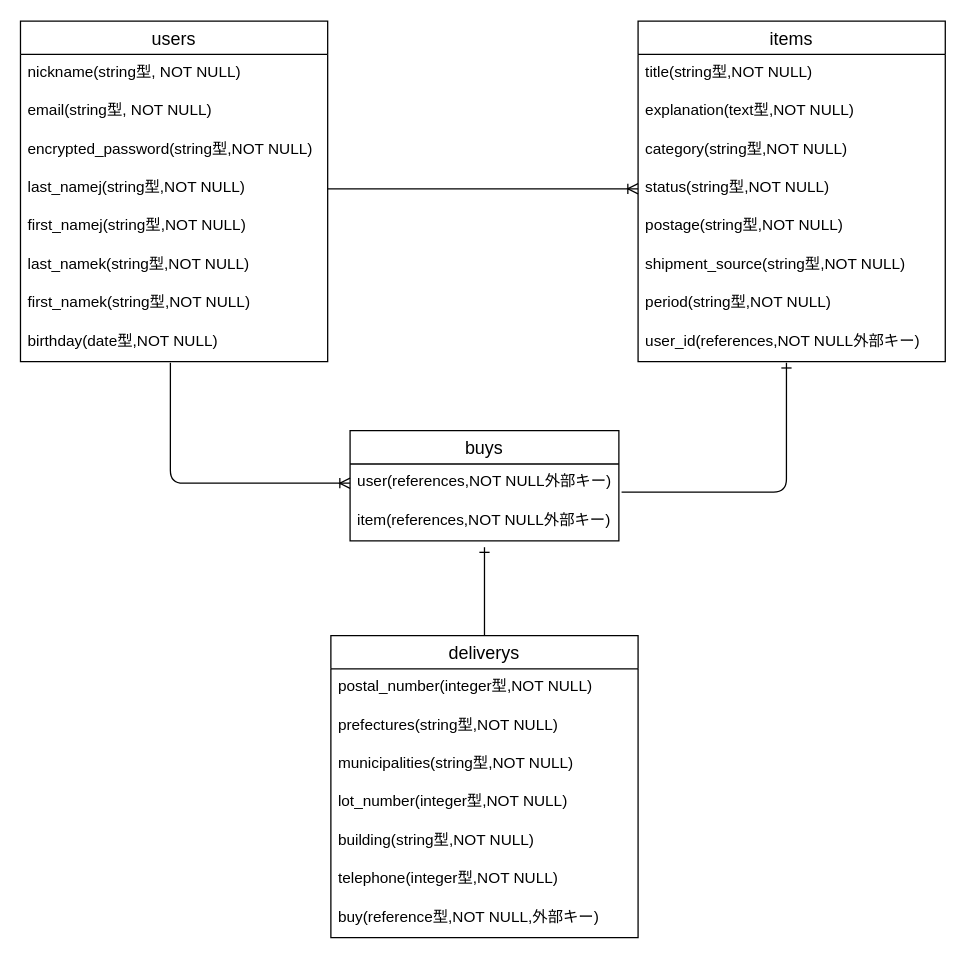
The draw.io diagram er.dio in okazuo/furima-36906, before the edit. Source tidied: cells renumbered, new cells numbered last; positions are measured from the earlier drawing's top-left corner, leaving out a move shared by most shapes. Both pictures are drawn from the tidied source at 128%, with x=0, y=0 at pixel (20, 20).
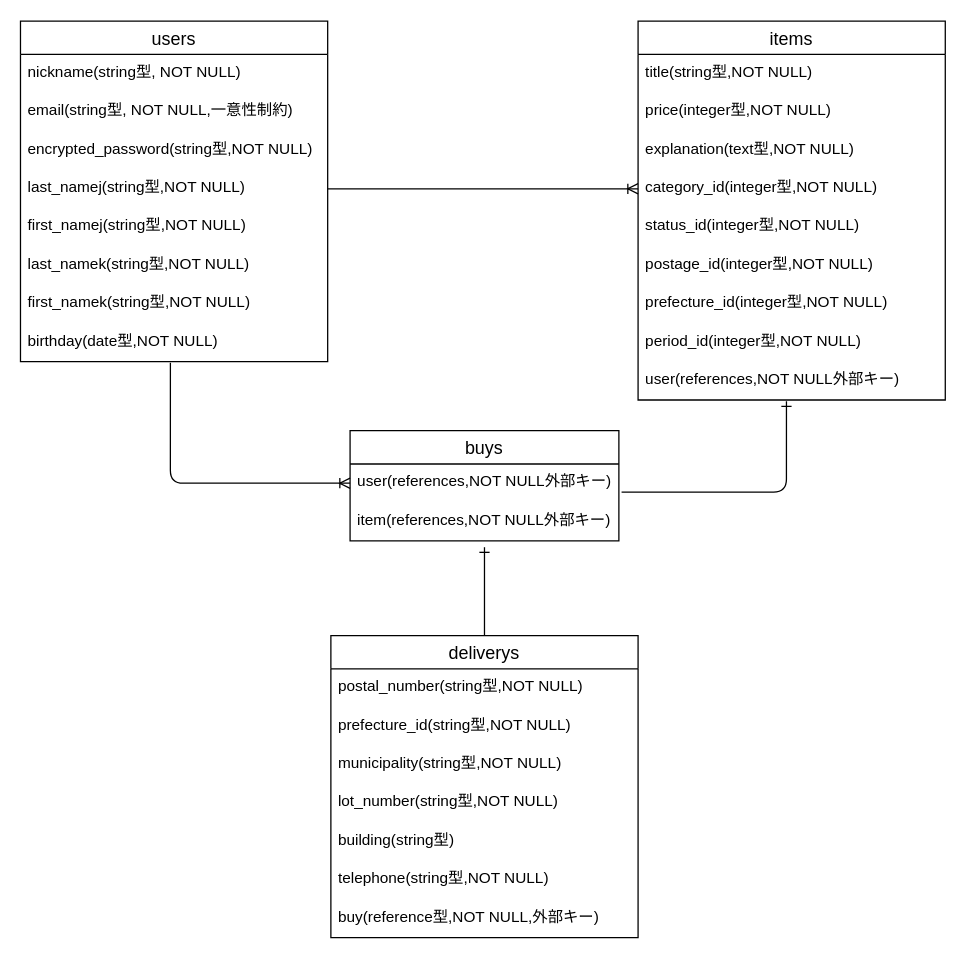
The same page after the edit.

Commit message (it also covers changes not shown here):
データベースの修正

Unchanged cells that the change refers to:
```xml
<mxCell id="2" value="users" style="swimlane;fontStyle=0;horizontal=1;startSize=26;align=center;fontSize=14;" parent="1" vertex="1">
  <mxGeometry x="-0.5" width="240" height="266" as="geometry" />
</mxCell>
<mxCell id="6" value="last_namej(string型,NOT NULL)" style="text;strokeColor=none;fillColor=none;spacingLeft=4;spacingRight=4;overflow=hidden;points=[[0,0.5],[1,0.5]];portConstraint=eastwest;fontSize=12;" parent="2" vertex="1">
  <mxGeometry y="116" width="240" height="30" as="geometry" />
</mxCell>
<mxCell id="23" value="deliverys" style="swimlane;fontStyle=0;horizontal=1;startSize=26;align=center;fontSize=14;" parent="1" vertex="1">
  <mxGeometry x="242" y="480" width="240" height="236" as="geometry" />
</mxCell>
```

Change to the diagram source:
```diff
@@
-    <mxCell id="4" value="email(string型, NOT NULL)" style="text;strokeColor=none;fillColor=none;spacingLeft=4;spacingRight=4;overflow=hidden;fontSize=12;" parent="2" vertex="1">
+    <mxCell id="4" value="email(string型, NOT NULL,一意性制約)" style="text;strokeColor=none;fillColor=none;spacingLeft=4;spacingRight=4;overflow=hidden;fontSize=12;" parent="2" vertex="1">
       <mxGeometry y="56" width="240" height="30" as="geometry" />
     </mxCell>
@@
     <mxCell id="11" value="items" style="swimlane;fontStyle=0;horizontal=1;startSize=26;align=center;fontSize=14;" parent="1" vertex="1">
-      <mxGeometry x="482" width="240" height="266" as="geometry" />
+      <mxGeometry x="482" width="240" height="296" as="geometry" />
     </mxCell>
@@
+    <mxCell id="35" value="price(integer型,NOT NULL)" style="text;strokeColor=none;fillColor=none;spacingLeft=4;spacingRight=4;overflow=hidden;fontSize=12;" parent="11" vertex="1">
+      <mxGeometry y="56" width="240" height="30" as="geometry" />
+    </mxCell>
     <mxCell id="13" value="explanation(text型,NOT NULL)" style="text;strokeColor=none;fillColor=none;spacingLeft=4;spacingRight=4;overflow=hidden;fontSize=12;" parent="11" vertex="1">
-      <mxGeometry y="56" width="240" height="30" as="geometry" />
+      <mxGeometry y="86" width="240" height="30" as="geometry" />
     </mxCell>
-    <mxCell id="14" value="category(string型,NOT NULL)" style="text;strokeColor=none;fillColor=none;spacingLeft=4;spacingRight=4;overflow=hidden;points=[[0,0.5],[1,0.5]];portConstraint=eastwest;fontSize=12;" parent="11" vertex="1">
-      <mxGeometry y="86" width="240" height="30" as="geometry" />
+    <mxCell id="14" value="category_id(integer型,NOT NULL)" style="text;strokeColor=none;fillColor=none;spacingLeft=4;spacingRight=4;overflow=hidden;points=[[0,0.5],[1,0.5]];portConstraint=eastwest;fontSize=12;" parent="11" vertex="1">
+      <mxGeometry y="116" width="240" height="30" as="geometry" />
     </mxCell>
-    <mxCell id="15" value="status(string型,NOT NULL)" style="text;strokeColor=none;fillColor=none;spacingLeft=4;spacingRight=4;overflow=hidden;points=[[0,0.5],[1,0.5]];portConstraint=eastwest;fontSize=12;" parent="11" vertex="1">
-      <mxGeometry y="116" width="240" height="30" as="geometry" />
+    <mxCell id="15" value="status_id(integer型,NOT NULL)" style="text;strokeColor=none;fillColor=none;spacingLeft=4;spacingRight=4;overflow=hidden;points=[[0,0.5],[1,0.5]];portConstraint=eastwest;fontSize=12;" parent="11" vertex="1">
+      <mxGeometry y="146" width="240" height="30" as="geometry" />
     </mxCell>
-    <mxCell id="16" value="postage(string型,NOT NULL)" style="text;strokeColor=none;fillColor=none;spacingLeft=4;spacingRight=4;overflow=hidden;fontSize=12;" parent="11" vertex="1">
-      <mxGeometry y="146" width="240" height="30" as="geometry" />
+    <mxCell id="16" value="postage_id(integer型,NOT NULL)" style="text;strokeColor=none;fillColor=none;spacingLeft=4;spacingRight=4;overflow=hidden;fontSize=12;" parent="11" vertex="1">
+      <mxGeometry y="176" width="240" height="30" as="geometry" />
     </mxCell>
-    <mxCell id="17" value="shipment_source(string型,NOT NULL)" style="text;strokeColor=none;fillColor=none;spacingLeft=4;spacingRight=4;overflow=hidden;fontSize=12;" parent="11" vertex="1">
-      <mxGeometry y="176" width="240" height="30" as="geometry" />
+    <mxCell id="17" value="prefecture_id(integer型,NOT NULL)" style="text;strokeColor=none;fillColor=none;spacingLeft=4;spacingRight=4;overflow=hidden;fontSize=12;" parent="11" vertex="1">
+      <mxGeometry y="206" width="240" height="30" as="geometry" />
     </mxCell>
-    <mxCell id="18" value="period(string型,NOT NULL)" style="text;strokeColor=none;fillColor=none;spacingLeft=4;spacingRight=4;overflow=hidden;fontSize=12;" parent="11" vertex="1">
-      <mxGeometry y="206" width="240" height="30" as="geometry" />
+    <mxCell id="18" value="period_id(integer型,NOT NULL)" style="text;strokeColor=none;fillColor=none;spacingLeft=4;spacingRight=4;overflow=hidden;fontSize=12;" parent="11" vertex="1">
+      <mxGeometry y="236" width="240" height="30" as="geometry" />
     </mxCell>
-    <mxCell id="19" value="user_id(references,NOT NULL外部キー)" style="text;strokeColor=none;fillColor=none;spacingLeft=4;spacingRight=4;overflow=hidden;points=[[0,0.5],[1,0.5]];portConstraint=eastwest;fontSize=12;" parent="11" vertex="1">
-      <mxGeometry y="236" width="240" height="30" as="geometry" />
+    <mxCell id="19" value="user(references,NOT NULL外部キー)" style="text;strokeColor=none;fillColor=none;spacingLeft=4;spacingRight=4;overflow=hidden;points=[[0,0.5],[1,0.5]];portConstraint=eastwest;fontSize=12;" parent="11" vertex="1">
+      <mxGeometry y="266" width="240" height="30" as="geometry" />
     </mxCell>
@@
-    <mxCell id="24" value="postal_number(integer型,NOT NULL)" style="text;strokeColor=none;fillColor=none;spacingLeft=4;spacingRight=4;overflow=hidden;fontSize=12;" parent="23" vertex="1">
+    <mxCell id="24" value="postal_number(string型,NOT NULL)" style="text;strokeColor=none;fillColor=none;spacingLeft=4;spacingRight=4;overflow=hidden;fontSize=12;" parent="23" vertex="1">
       <mxGeometry y="26" width="240" height="30" as="geometry" />
     </mxCell>
-    <mxCell id="25" value="prefectures(string型,NOT NULL)" style="text;strokeColor=none;fillColor=none;spacingLeft=4;spacingRight=4;overflow=hidden;fontSize=12;" parent="23" vertex="1">
+    <mxCell id="25" value="prefecture_id(string型,NOT NULL)" style="text;strokeColor=none;fillColor=none;spacingLeft=4;spacingRight=4;overflow=hidden;fontSize=12;" parent="23" vertex="1">
       <mxGeometry y="56" width="240" height="30" as="geometry" />
     </mxCell>
-    <mxCell id="26" value="municipalities(string型,NOT NULL)" style="text;strokeColor=none;fillColor=none;spacingLeft=4;spacingRight=4;overflow=hidden;fontSize=12;" parent="23" vertex="1">
+    <mxCell id="26" value="municipality(string型,NOT NULL)" style="text;strokeColor=none;fillColor=none;spacingLeft=4;spacingRight=4;overflow=hidden;fontSize=12;" parent="23" vertex="1">
       <mxGeometry y="86" width="240" height="30" as="geometry" />
     </mxCell>
-    <mxCell id="27" value="lot_number(integer型,NOT NULL)" style="text;strokeColor=none;fillColor=none;spacingLeft=4;spacingRight=4;overflow=hidden;fontSize=12;" parent="23" vertex="1">
+    <mxCell id="27" value="lot_number(string型,NOT NULL)" style="text;strokeColor=none;fillColor=none;spacingLeft=4;spacingRight=4;overflow=hidden;fontSize=12;" parent="23" vertex="1">
       <mxGeometry y="116" width="240" height="30" as="geometry" />
     </mxCell>
-    <mxCell id="28" value="building(string型,NOT NULL)" style="text;strokeColor=none;fillColor=none;spacingLeft=4;spacingRight=4;overflow=hidden;fontSize=12;" parent="23" vertex="1">
+    <mxCell id="28" value="building(string型)" style="text;strokeColor=none;fillColor=none;spacingLeft=4;spacingRight=4;overflow=hidden;fontSize=12;" parent="23" vertex="1">
       <mxGeometry y="146" width="240" height="30" as="geometry" />
     </mxCell>
-    <mxCell id="29" value="telephone(integer型,NOT NULL)" style="text;strokeColor=none;fillColor=none;spacingLeft=4;spacingRight=4;overflow=hidden;fontSize=12;" parent="23" vertex="1">
+    <mxCell id="29" value="telephone(string型,NOT NULL)" style="text;strokeColor=none;fillColor=none;spacingLeft=4;spacingRight=4;overflow=hidden;fontSize=12;" parent="23" vertex="1">
       <mxGeometry y="176" width="240" height="30" as="geometry" />
     </mxCell>
@@
-    <mxCell id="31" style="edgeStyle=entityRelationEdgeStyle;fontSize=12;html=1;endArrow=ERoneToMany;exitX=1;exitY=0.5;exitDx=0;exitDy=0;entryX=0;entryY=0.5;entryDx=0;entryDy=0;" parent="1" edge="1" source="6" target="15">
+    <mxCell id="31" style="edgeStyle=entityRelationEdgeStyle;fontSize=12;html=1;endArrow=ERoneToMany;exitX=1;exitY=0.5;exitDx=0;exitDy=0;entryX=0;entryY=0.5;entryDx=0;entryDy=0;" parent="1" edge="1" source="6" target="14">
       <mxGeometry relative="1" as="geometry" />
     </mxCell>
```
